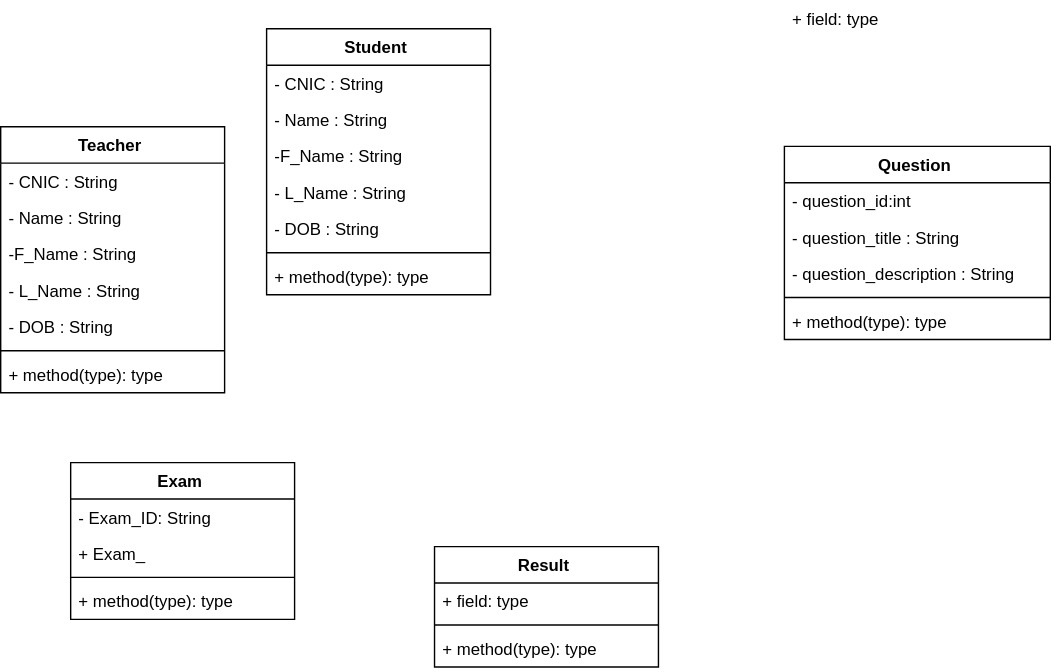
The draw.io diagram Class Diagram.drawio.svg in Zaeem6100/FYP-Documents, before a commit. Source tidied: cells renumbered, new cells last; positions are measured from the earlier drawing's top-left corner, leaving out a move shared by most shapes. Source of this version:
```xml
<mxGraphModel>
  <root>
    <mxCell id="0" />
    <mxCell id="1" parent="0" />
    <mxCell id="2" value="Student " style="swimlane;fontStyle=1;align=center;verticalAlign=top;horizontal=1;startSize=26;" parent="1" vertex="1">
      <mxGeometry x="190" y="20" width="160" height="190" as="geometry" />
    </mxCell>
    <mxCell id="3" value="- CNIC : String&#10; " style="text;strokeColor=none;fillColor=none;align=left;verticalAlign=top;spacingLeft=4;spacingRight=4;overflow=hidden;" parent="2" vertex="1">
      <mxGeometry y="26" width="160" height="26" as="geometry" />
    </mxCell>
    <mxCell id="4" value="- Name : String" style="text;strokeColor=none;fillColor=none;align=left;verticalAlign=top;spacingLeft=4;spacingRight=4;overflow=hidden;" parent="2" vertex="1">
      <mxGeometry y="52" width="160" height="26" as="geometry" />
    </mxCell>
    <mxCell id="5" value="-F_Name : String" style="text;strokeColor=none;fillColor=none;align=left;verticalAlign=top;spacingLeft=4;spacingRight=4;overflow=hidden;" parent="2" vertex="1">
      <mxGeometry y="78" width="160" height="26" as="geometry" />
    </mxCell>
    <mxCell id="6" value="- L_Name : String" style="text;strokeColor=none;fillColor=none;align=left;verticalAlign=top;spacingLeft=4;spacingRight=4;overflow=hidden;" parent="2" vertex="1">
      <mxGeometry y="104" width="160" height="26" as="geometry" />
    </mxCell>
    <mxCell id="7" value="- DOB : String " style="text;strokeColor=none;fillColor=none;align=left;verticalAlign=top;spacingLeft=4;spacingRight=4;overflow=hidden;" parent="2" vertex="1">
      <mxGeometry y="130" width="160" height="26" as="geometry" />
    </mxCell>
    <mxCell id="8" style="line;strokeWidth=1;fillColor=none;align=left;verticalAlign=middle;spacingTop=-1;spacingLeft=3;spacingRight=3;labelPosition=right;" parent="2" vertex="1">
      <mxGeometry y="156" width="160" height="8" as="geometry" />
    </mxCell>
    <mxCell id="9" value="+ method(type): type" style="text;strokeColor=none;fillColor=none;align=left;verticalAlign=top;spacingLeft=4;spacingRight=4;overflow=hidden;" parent="2" vertex="1">
      <mxGeometry y="164" width="160" height="26" as="geometry" />
    </mxCell>
    <mxCell id="10" value="+ field: type" style="text;strokeColor=none;fillColor=none;align=left;verticalAlign=top;spacingLeft=4;spacingRight=4;overflow=hidden;" parent="1" vertex="1">
      <mxGeometry x="560" width="160" height="26" as="geometry" />
    </mxCell>
    <mxCell id="11" value="Teacher " style="swimlane;fontStyle=1;align=center;verticalAlign=top;horizontal=1;startSize=26;" parent="1" vertex="1">
      <mxGeometry y="90" width="160" height="190" as="geometry" />
    </mxCell>
    <mxCell id="12" value="- CNIC : String&#10; " style="text;strokeColor=none;fillColor=none;align=left;verticalAlign=top;spacingLeft=4;spacingRight=4;overflow=hidden;" parent="11" vertex="1">
      <mxGeometry y="26" width="160" height="26" as="geometry" />
    </mxCell>
    <mxCell id="13" value="- Name : String" style="text;strokeColor=none;fillColor=none;align=left;verticalAlign=top;spacingLeft=4;spacingRight=4;overflow=hidden;" parent="11" vertex="1">
      <mxGeometry y="52" width="160" height="26" as="geometry" />
    </mxCell>
    <mxCell id="14" value="-F_Name : String" style="text;strokeColor=none;fillColor=none;align=left;verticalAlign=top;spacingLeft=4;spacingRight=4;overflow=hidden;" parent="11" vertex="1">
      <mxGeometry y="78" width="160" height="26" as="geometry" />
    </mxCell>
    <mxCell id="15" value="- L_Name : String" style="text;strokeColor=none;fillColor=none;align=left;verticalAlign=top;spacingLeft=4;spacingRight=4;overflow=hidden;" parent="11" vertex="1">
      <mxGeometry y="104" width="160" height="26" as="geometry" />
    </mxCell>
    <mxCell id="16" value="- DOB : String " style="text;strokeColor=none;fillColor=none;align=left;verticalAlign=top;spacingLeft=4;spacingRight=4;overflow=hidden;" parent="11" vertex="1">
      <mxGeometry y="130" width="160" height="26" as="geometry" />
    </mxCell>
    <mxCell id="17" style="line;strokeWidth=1;fillColor=none;align=left;verticalAlign=middle;spacingTop=-1;spacingLeft=3;spacingRight=3;labelPosition=right;" parent="11" vertex="1">
      <mxGeometry y="156" width="160" height="8" as="geometry" />
    </mxCell>
    <mxCell id="18" value="+ method(type): type" style="text;strokeColor=none;fillColor=none;align=left;verticalAlign=top;spacingLeft=4;spacingRight=4;overflow=hidden;" parent="11" vertex="1">
      <mxGeometry y="164" width="160" height="26" as="geometry" />
    </mxCell>
    <mxCell id="19" value="Exam " style="swimlane;fontStyle=1;align=center;verticalAlign=top;horizontal=1;startSize=26;" parent="1" vertex="1">
      <mxGeometry x="50" y="330" width="160" height="112" as="geometry" />
    </mxCell>
    <mxCell id="20" value="- Exam_ID: String" style="text;strokeColor=none;fillColor=none;align=left;verticalAlign=top;spacingLeft=4;spacingRight=4;overflow=hidden;" parent="19" vertex="1">
      <mxGeometry y="26" width="160" height="26" as="geometry" />
    </mxCell>
    <mxCell id="21" value="+ Exam_" style="text;strokeColor=none;fillColor=none;align=left;verticalAlign=top;spacingLeft=4;spacingRight=4;overflow=hidden;" parent="19" vertex="1">
      <mxGeometry y="52" width="160" height="26" as="geometry" />
    </mxCell>
    <mxCell id="22" style="line;strokeWidth=1;fillColor=none;align=left;verticalAlign=middle;spacingTop=-1;spacingLeft=3;spacingRight=3;labelPosition=right;" parent="19" vertex="1">
      <mxGeometry y="78" width="160" height="8" as="geometry" />
    </mxCell>
    <mxCell id="23" value="+ method(type): type" style="text;strokeColor=none;fillColor=none;align=left;verticalAlign=top;spacingLeft=4;spacingRight=4;overflow=hidden;" parent="19" vertex="1">
      <mxGeometry y="86" width="160" height="26" as="geometry" />
    </mxCell>
    <mxCell id="24" value="Question " style="swimlane;fontStyle=1;align=center;verticalAlign=top;horizontal=1;startSize=26;" parent="1" vertex="1">
      <mxGeometry x="560" y="104" width="190" height="138" as="geometry" />
    </mxCell>
    <mxCell id="25" value="- question_id:int " style="text;strokeColor=none;fillColor=none;align=left;verticalAlign=top;spacingLeft=4;spacingRight=4;overflow=hidden;" parent="24" vertex="1">
      <mxGeometry y="26" width="190" height="26" as="geometry" />
    </mxCell>
    <mxCell id="26" value="- question_title : String" style="text;strokeColor=none;fillColor=none;align=left;verticalAlign=top;spacingLeft=4;spacingRight=4;overflow=hidden;" parent="24" vertex="1">
      <mxGeometry y="52" width="190" height="26" as="geometry" />
    </mxCell>
    <mxCell id="27" value="- question_description : String " style="text;strokeColor=none;fillColor=none;align=left;verticalAlign=top;spacingLeft=4;spacingRight=4;overflow=hidden;" parent="24" vertex="1">
      <mxGeometry y="78" width="190" height="26" as="geometry" />
    </mxCell>
    <mxCell id="28" style="line;strokeWidth=1;fillColor=none;align=left;verticalAlign=middle;spacingTop=-1;spacingLeft=3;spacingRight=3;labelPosition=right;" parent="24" vertex="1">
      <mxGeometry y="104" width="190" height="8" as="geometry" />
    </mxCell>
    <mxCell id="29" value="+ method(type): type" style="text;strokeColor=none;fillColor=none;align=left;verticalAlign=top;spacingLeft=4;spacingRight=4;overflow=hidden;" parent="24" vertex="1">
      <mxGeometry y="112" width="190" height="26" as="geometry" />
    </mxCell>
    <mxCell id="30" value="Result " style="swimlane;fontStyle=1;align=center;verticalAlign=top;horizontal=1;startSize=26;" parent="1" vertex="1">
      <mxGeometry x="310" y="390" width="160" height="86" as="geometry" />
    </mxCell>
    <mxCell id="31" value="+ field: type" style="text;strokeColor=none;fillColor=none;align=left;verticalAlign=top;spacingLeft=4;spacingRight=4;overflow=hidden;" parent="30" vertex="1">
      <mxGeometry y="26" width="160" height="26" as="geometry" />
    </mxCell>
    <mxCell id="32" style="line;strokeWidth=1;fillColor=none;align=left;verticalAlign=middle;spacingTop=-1;spacingLeft=3;spacingRight=3;labelPosition=right;" parent="30" vertex="1">
      <mxGeometry y="52" width="160" height="8" as="geometry" />
    </mxCell>
    <mxCell id="33" value="+ method(type): type" style="text;strokeColor=none;fillColor=none;align=left;verticalAlign=top;spacingLeft=4;spacingRight=4;overflow=hidden;" parent="30" vertex="1">
      <mxGeometry y="60" width="160" height="26" as="geometry" />
    </mxCell>
  </root>
</mxGraphModel>
```
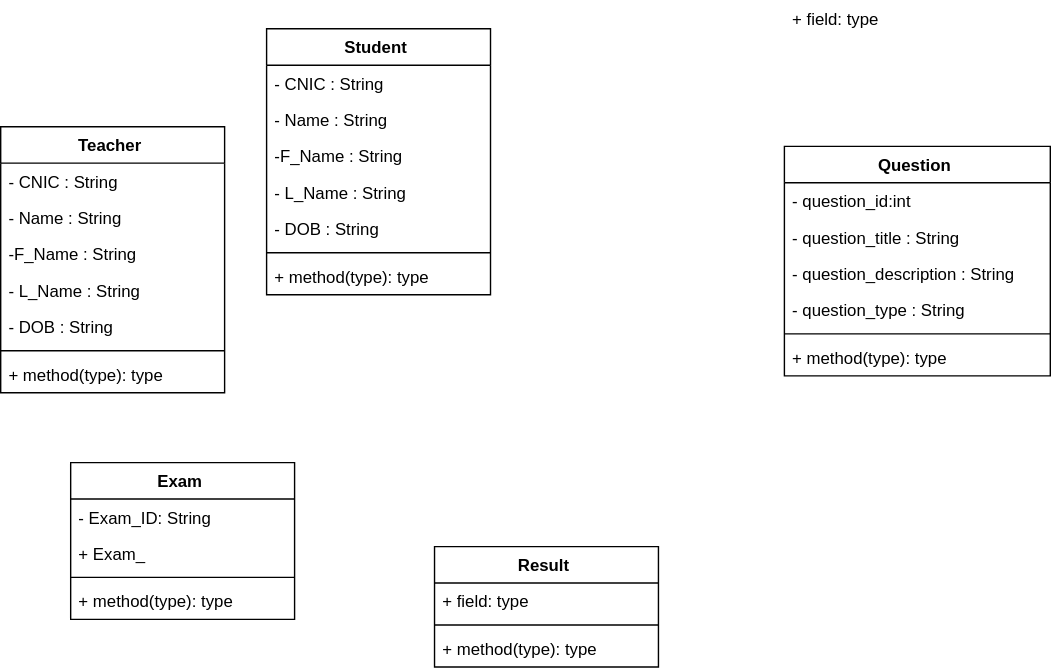
After the change.

Diff of the diagram source:
```diff
@@ -69,7 +69,7 @@
       <mxGeometry y="86" width="160" height="26" as="geometry" />
     </mxCell>
     <mxCell id="24" value="Question " style="swimlane;fontStyle=1;align=center;verticalAlign=top;horizontal=1;startSize=26;" parent="1" vertex="1">
-      <mxGeometry x="560" y="104" width="190" height="138" as="geometry" />
+      <mxGeometry x="560" y="104" width="190" height="164" as="geometry" />
     </mxCell>
     <mxCell id="25" value="- question_id:int " style="text;strokeColor=none;fillColor=none;align=left;verticalAlign=top;spacingLeft=4;spacingRight=4;overflow=hidden;" parent="24" vertex="1">
       <mxGeometry y="26" width="190" height="26" as="geometry" />
@@ -80,11 +80,14 @@
     <mxCell id="27" value="- question_description : String " style="text;strokeColor=none;fillColor=none;align=left;verticalAlign=top;spacingLeft=4;spacingRight=4;overflow=hidden;" parent="24" vertex="1">
       <mxGeometry y="78" width="190" height="26" as="geometry" />
     </mxCell>
+    <mxCell id="34" value="- question_type : String" style="text;strokeColor=none;fillColor=none;align=left;verticalAlign=top;spacingLeft=4;spacingRight=4;overflow=hidden;" parent="24" vertex="1">
+      <mxGeometry y="104" width="190" height="26" as="geometry" />
+    </mxCell>
     <mxCell id="28" style="line;strokeWidth=1;fillColor=none;align=left;verticalAlign=middle;spacingTop=-1;spacingLeft=3;spacingRight=3;labelPosition=right;" parent="24" vertex="1">
-      <mxGeometry y="104" width="190" height="8" as="geometry" />
+      <mxGeometry y="130" width="190" height="8" as="geometry" />
     </mxCell>
     <mxCell id="29" value="+ method(type): type" style="text;strokeColor=none;fillColor=none;align=left;verticalAlign=top;spacingLeft=4;spacingRight=4;overflow=hidden;" parent="24" vertex="1">
-      <mxGeometry y="112" width="190" height="26" as="geometry" />
+      <mxGeometry y="138" width="190" height="26" as="geometry" />
     </mxCell>
     <mxCell id="30" value="Result " style="swimlane;fontStyle=1;align=center;verticalAlign=top;horizontal=1;startSize=26;" parent="1" vertex="1">
       <mxGeometry x="310" y="390" width="160" height="86" as="geometry" />
```
